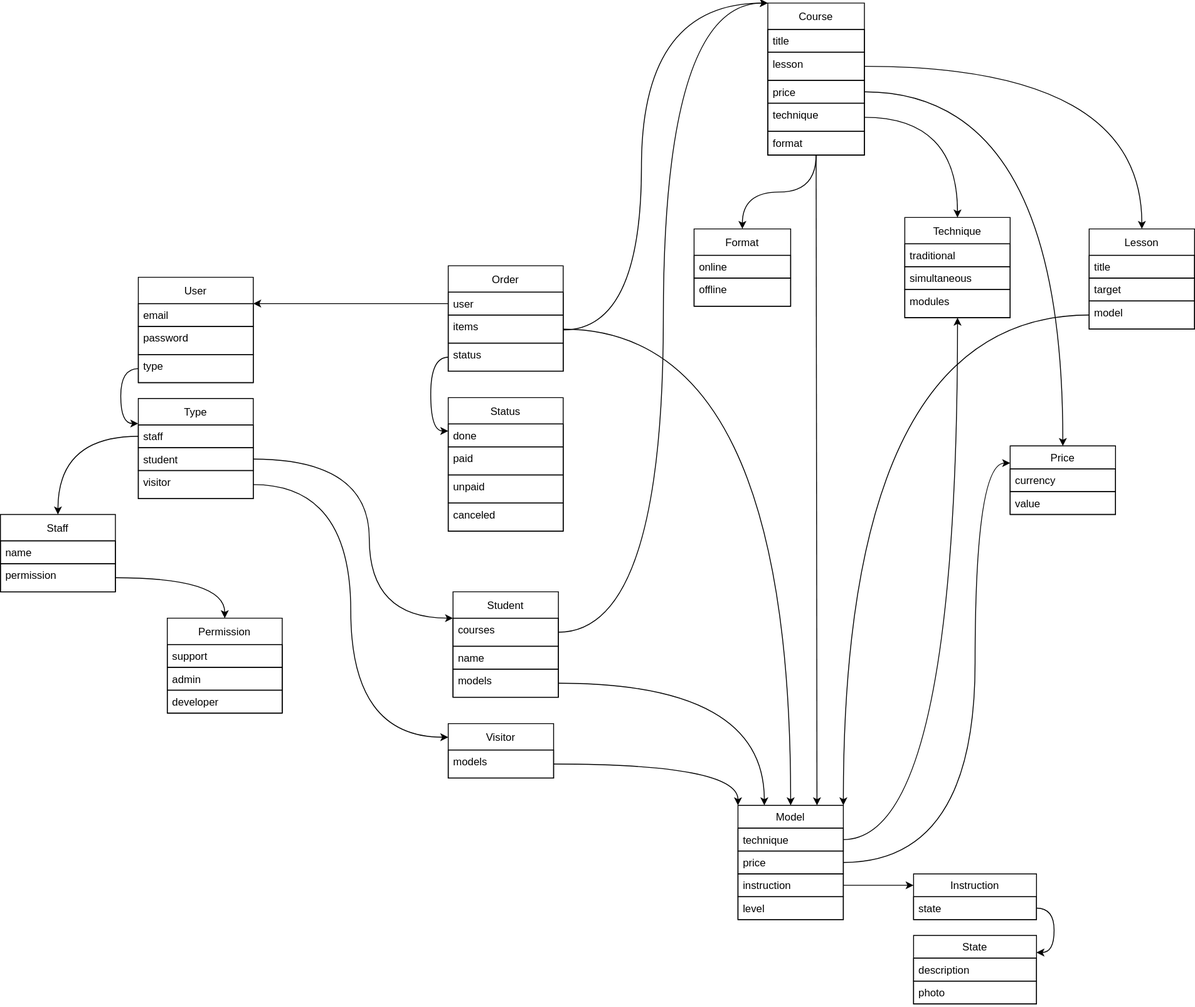
NikBulatov/web_patterns keeps this draw.io diagram as project_entities.svg. Above is the earlier version. Source tidied: cells renumbered, new cells last; positions are measured from the earlier drawing's top-left corner, leaving out a move shared by most shapes.
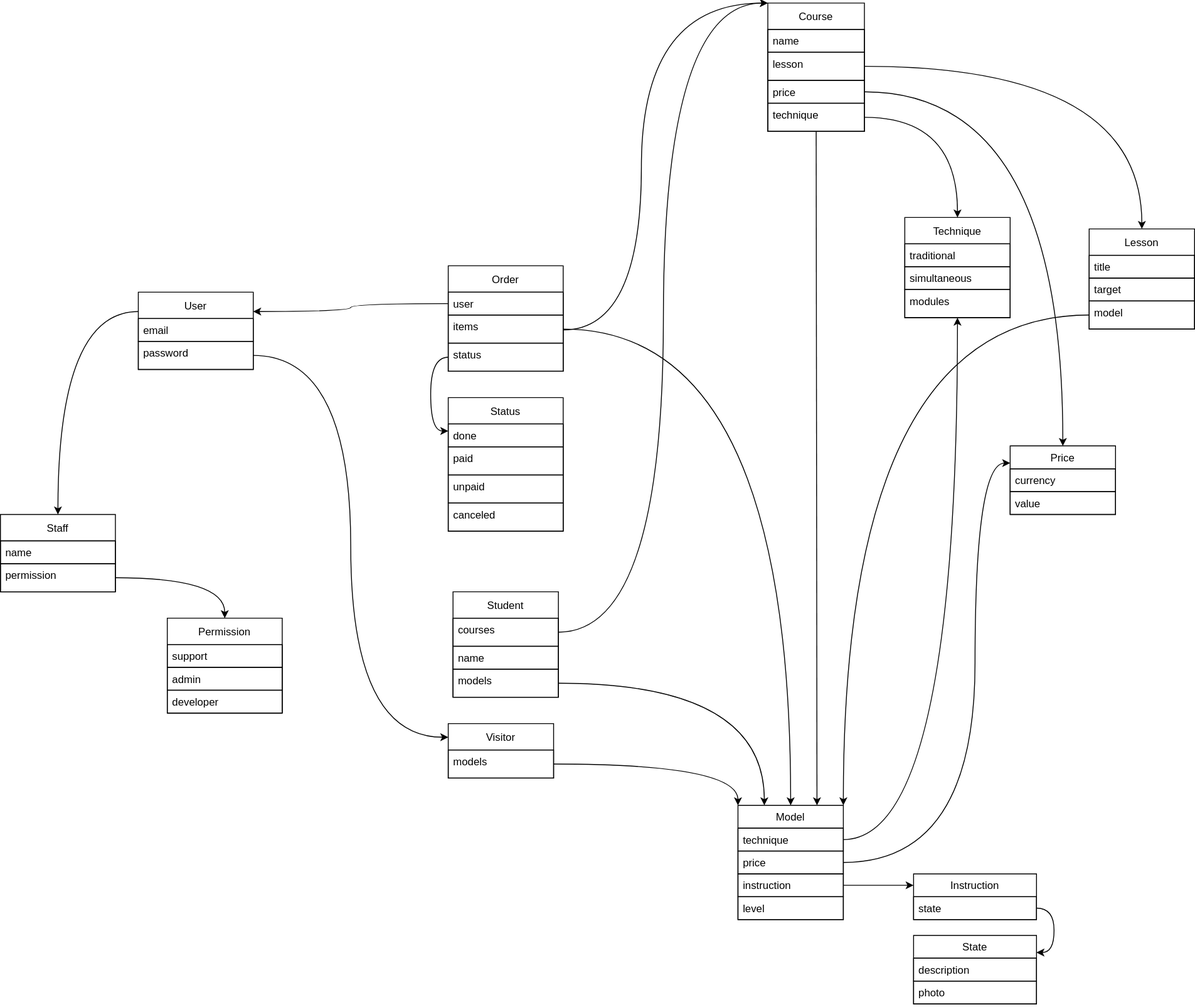
Later version of the same file.

Change to the diagram source:
```diff
@@ -99,9 +99,9 @@
       <mxGeometry relative="1" as="geometry" />
     </mxCell>
     <mxCell id="29" value="Course" style="swimlane;fontStyle=0;horizontal=1;startSize=30;fillColor=none;" parent="1" vertex="1">
-      <mxGeometry x="874" width="110" height="173" as="geometry" />
+      <mxGeometry x="874" width="110" height="146" as="geometry" />
     </mxCell>
-    <mxCell id="30" value="title" style="text;strokeColor=default;fillColor=none;align=left;verticalAlign=top;spacingLeft=4;spacingRight=4;overflow=hidden;" parent="29" vertex="1">
+    <mxCell id="30" value="name" style="text;strokeColor=default;fillColor=none;align=left;verticalAlign=top;spacingLeft=4;spacingRight=4;overflow=hidden;" parent="29" vertex="1">
       <mxGeometry y="30" width="110" height="26" as="geometry" />
     </mxCell>
     <mxCell id="31" value="lesson" style="text;strokeColor=default;fillColor=none;align=left;verticalAlign=top;spacingLeft=4;spacingRight=4;overflow=hidden;points=[[0,0.5],[1,0.5]];portConstraint=eastwest;" parent="29" vertex="1">
@@ -113,18 +113,12 @@
     <mxCell id="33" value="technique" style="text;strokeColor=default;fillColor=none;align=left;verticalAlign=top;spacingLeft=4;spacingRight=4;overflow=hidden;points=[[0,0.5],[1,0.5]];portConstraint=eastwest;" parent="29" vertex="1">
       <mxGeometry y="114" width="110" height="32" as="geometry" />
     </mxCell>
-    <mxCell id="34" value="format" style="text;strokeColor=default;fillColor=none;align=left;verticalAlign=top;spacingLeft=4;spacingRight=4;overflow=hidden;points=[[0,0.5],[1,0.5]];portConstraint=eastwest;" parent="29" vertex="1">
-      <mxGeometry y="146" width="110" height="27" as="geometry" />
-    </mxCell>
     <mxCell id="35" style="edgeStyle=orthogonalEdgeStyle;jettySize=auto;html=1;entryX=0.5;entryY=0;entryDx=0;entryDy=0;curved=1;" parent="1" edge="1" source="31" target="47">
       <mxGeometry relative="1" as="geometry" />
     </mxCell>
     <mxCell id="36" style="jettySize=auto;html=1;exitX=1;exitY=0.5;exitDx=0;exitDy=0;entryX=0.5;entryY=0;entryDx=0;entryDy=0;rounded=0;edgeStyle=orthogonalEdgeStyle;curved=1;" parent="1" edge="1" source="33" target="43">
       <mxGeometry relative="1" as="geometry" />
     </mxCell>
-    <mxCell id="37" style="edgeStyle=orthogonalEdgeStyle;jumpStyle=sharp;jumpSize=15;jettySize=auto;html=1;entryX=0.5;entryY=0;entryDx=0;entryDy=0;fontSize=18;elbow=vertical;exitX=0.499;exitY=1.015;exitDx=0;exitDy=0;exitPerimeter=0;rounded=0;curved=1;" parent="1" edge="1" source="34" target="51">
-      <mxGeometry relative="1" as="geometry" />
-    </mxCell>
     <mxCell id="38" value="State" style="swimlane;fontStyle=0;horizontal=1;startSize=26;fillColor=none;" parent="1" vertex="1">
       <mxGeometry x="1040" y="1061" width="140" height="78" as="geometry" />
     </mxCell>
@@ -164,31 +158,14 @@
     <mxCell id="50" value="model" style="text;strokeColor=default;fillColor=none;align=left;verticalAlign=top;spacingLeft=4;spacingRight=4;overflow=hidden;points=[[0,0.5],[1,0.5]];portConstraint=eastwest;" parent="47" vertex="1">
       <mxGeometry y="82" width="120" height="32" as="geometry" />
     </mxCell>
-    <mxCell id="51" value="Format" style="swimlane;fontStyle=0;horizontal=1;startSize=30;fillColor=none;" parent="1" vertex="1">
-      <mxGeometry x="790" y="257" width="110" height="88" as="geometry" />
-    </mxCell>
-    <mxCell id="52" value="online" style="text;strokeColor=default;fillColor=none;align=left;verticalAlign=top;spacingLeft=4;spacingRight=4;overflow=hidden;" parent="51" vertex="1">
-      <mxGeometry y="30" width="110" height="26" as="geometry" />
-    </mxCell>
-    <mxCell id="53" value="offline" style="text;strokeColor=default;fillColor=none;align=left;verticalAlign=top;spacingLeft=4;spacingRight=4;overflow=hidden;" parent="51" vertex="1">
-      <mxGeometry y="56" width="110" height="32" as="geometry" />
-    </mxCell>
     <mxCell id="54" style="edgeStyle=orthogonalEdgeStyle;jettySize=auto;html=1;entryX=1;entryY=0.25;entryDx=0;entryDy=0;curved=1;exitX=1;exitY=0.5;exitDx=0;exitDy=0;" parent="1" edge="1" source="42" target="38">
       <mxGeometry relative="1" as="geometry" />
     </mxCell>
     <mxCell id="55" style="edgeStyle=orthogonalEdgeStyle;curved=1;rounded=0;jettySize=auto;html=1;entryX=1;entryY=0;entryDx=0;entryDy=0;exitX=0;exitY=0.5;exitDx=0;exitDy=0;" parent="1" edge="1" source="50" target="22">
       <mxGeometry relative="1" as="geometry" />
     </mxCell>
-    <mxCell id="56" style="edgeStyle=orthogonalEdgeStyle;jettySize=auto;html=1;entryX=0;entryY=0.25;entryDx=0;entryDy=0;fontSize=18;exitX=1;exitY=0.5;exitDx=0;exitDy=0;curved=1;" parent="1" edge="1" source="63" target="78">
-      <mxGeometry relative="1" as="geometry">
-        <Array as="points">
-          <mxPoint x="420" y="519" />
-          <mxPoint x="420" y="700" />
-        </Array>
-      </mxGeometry>
-    </mxCell>
     <mxCell id="57" value="User" style="swimlane;fontStyle=0;horizontal=1;startSize=30;fillColor=none;" parent="1" vertex="1">
-      <mxGeometry x="157" y="312" width="130.9" height="120" as="geometry" />
+      <mxGeometry x="157" y="329" width="130.9" height="88" as="geometry" />
     </mxCell>
     <mxCell id="58" value="email" style="text;strokeColor=default;fillColor=none;align=left;verticalAlign=top;spacingLeft=4;spacingRight=4;overflow=hidden;" parent="57" vertex="1">
       <mxGeometry y="30" width="130.9" height="26" as="geometry" />
@@ -196,24 +173,6 @@
     <mxCell id="59" value="password" style="text;strokeColor=default;fillColor=none;align=left;verticalAlign=top;spacingLeft=4;spacingRight=4;overflow=hidden;points=[[0,0.5],[1,0.5]];portConstraint=eastwest;" parent="57" vertex="1">
       <mxGeometry y="56" width="130.9" height="32" as="geometry" />
     </mxCell>
-    <mxCell id="60" value="type" style="text;strokeColor=default;fillColor=none;align=left;verticalAlign=top;spacingLeft=4;spacingRight=4;overflow=hidden;points=[[0,0.5],[1,0.5]];portConstraint=eastwest;" parent="57" vertex="1">
-      <mxGeometry y="88" width="130.9" height="32" as="geometry" />
-    </mxCell>
-    <mxCell id="61" value="Type" style="swimlane;fontStyle=0;horizontal=1;startSize=30;fillColor=none;" parent="1" vertex="1">
-      <mxGeometry x="157" y="450" width="130.9" height="114" as="geometry" />
-    </mxCell>
-    <mxCell id="62" value="staff" style="text;strokeColor=default;fillColor=none;align=left;verticalAlign=top;spacingLeft=4;spacingRight=4;overflow=hidden;points=[[0,0.5],[1,0.5]];portConstraint=eastwest;" parent="61" vertex="1">
-      <mxGeometry y="30" width="130.9" height="26" as="geometry" />
-    </mxCell>
-    <mxCell id="63" value="student" style="text;strokeColor=default;fillColor=none;align=left;verticalAlign=top;spacingLeft=4;spacingRight=4;overflow=hidden;points=[[0,0.5],[1,0.5]];portConstraint=eastwest;" parent="61" vertex="1">
-      <mxGeometry y="56" width="130.9" height="26" as="geometry" />
-    </mxCell>
-    <mxCell id="64" value="visitor" style="text;strokeColor=default;fillColor=none;align=left;verticalAlign=top;spacingLeft=4;spacingRight=4;overflow=hidden;points=[[0,0.5],[1,0.5]];portConstraint=eastwest;" parent="61" vertex="1">
-      <mxGeometry y="82" width="130.9" height="32" as="geometry" />
-    </mxCell>
-    <mxCell id="65" style="edgeStyle=orthogonalEdgeStyle;jettySize=auto;html=1;entryX=0;entryY=0.25;entryDx=0;entryDy=0;fontSize=18;exitX=0;exitY=0.5;exitDx=0;exitDy=0;curved=1;" parent="1" edge="1" source="60" target="61">
-      <mxGeometry relative="1" as="geometry" />
-    </mxCell>
     <mxCell id="66" value="Permission" style="swimlane;fontStyle=0;horizontal=1;startSize=30;fillColor=none;" parent="1" vertex="1">
       <mxGeometry x="190" y="700" width="130.9" height="108" as="geometry" />
     </mxCell>
@@ -226,7 +185,7 @@
     <mxCell id="69" value="developer" style="text;strokeColor=default;fillColor=none;align=left;verticalAlign=top;spacingLeft=4;spacingRight=4;overflow=hidden;" parent="66" vertex="1">
       <mxGeometry y="82" width="130.9" height="26" as="geometry" />
     </mxCell>
-    <mxCell id="70" style="edgeStyle=orthogonalEdgeStyle;jettySize=auto;html=1;entryX=0.5;entryY=0;entryDx=0;entryDy=0;curved=1;" parent="1" edge="1" source="62" target="72">
+    <mxCell id="70" style="edgeStyle=orthogonalEdgeStyle;jettySize=auto;html=1;entryX=0.5;entryY=0;entryDx=0;entryDy=0;curved=1;exitX=0;exitY=0.25;exitDx=0;exitDy=0;" parent="1" edge="1" source="57" target="72">
       <mxGeometry relative="1" as="geometry" />
     </mxCell>
     <mxCell id="71" style="edgeStyle=orthogonalEdgeStyle;jettySize=auto;html=1;entryX=0.5;entryY=0;entryDx=0;entryDy=0;exitX=1;exitY=0.5;exitDx=0;exitDy=0;curved=1;" parent="1" edge="1" source="74" target="66">
@@ -247,7 +206,7 @@
     <mxCell id="76" value="models" style="text;strokeColor=default;fillColor=none;align=left;verticalAlign=top;spacingLeft=4;spacingRight=4;overflow=hidden;points=[[0,0.5],[1,0.5]];portConstraint=eastwest;" parent="75" vertex="1">
       <mxGeometry y="30" width="120" height="32" as="geometry" />
     </mxCell>
-    <mxCell id="77" style="edgeStyle=orthogonalEdgeStyle;jettySize=auto;html=1;entryX=0;entryY=0.25;entryDx=0;entryDy=0;curved=1;exitX=1;exitY=0.5;exitDx=0;exitDy=0;" parent="1" edge="1" source="64" target="75">
+    <mxCell id="77" style="edgeStyle=orthogonalEdgeStyle;jettySize=auto;html=1;entryX=0;entryY=0.25;entryDx=0;entryDy=0;curved=1;" parent="1" edge="1" source="59" target="75">
       <mxGeometry relative="1" as="geometry" />
     </mxCell>
     <mxCell id="78" value="Student" style="swimlane;fontStyle=0;horizontal=1;startSize=30;fillColor=none;" parent="1" vertex="1">
```
